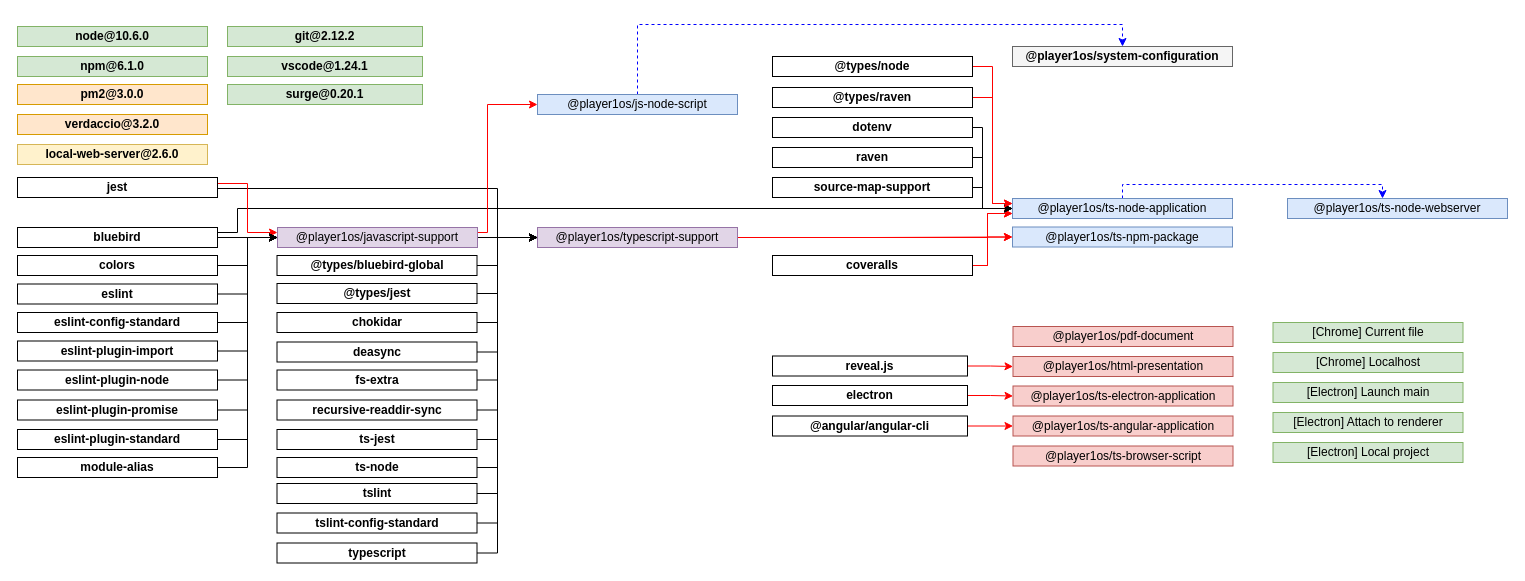
Earlier version of the draw.io diagram script/typescript/dependencies.drawio (Player1os/system-configuration). Source tidied: cells renumbered, new cells numbered last; positions are measured from the earlier drawing's top-left corner, leaving out a move shared by most shapes. Both pictures are drawn from the tidied source at 100%, with x=0, y=0 at pixel (17, 24).
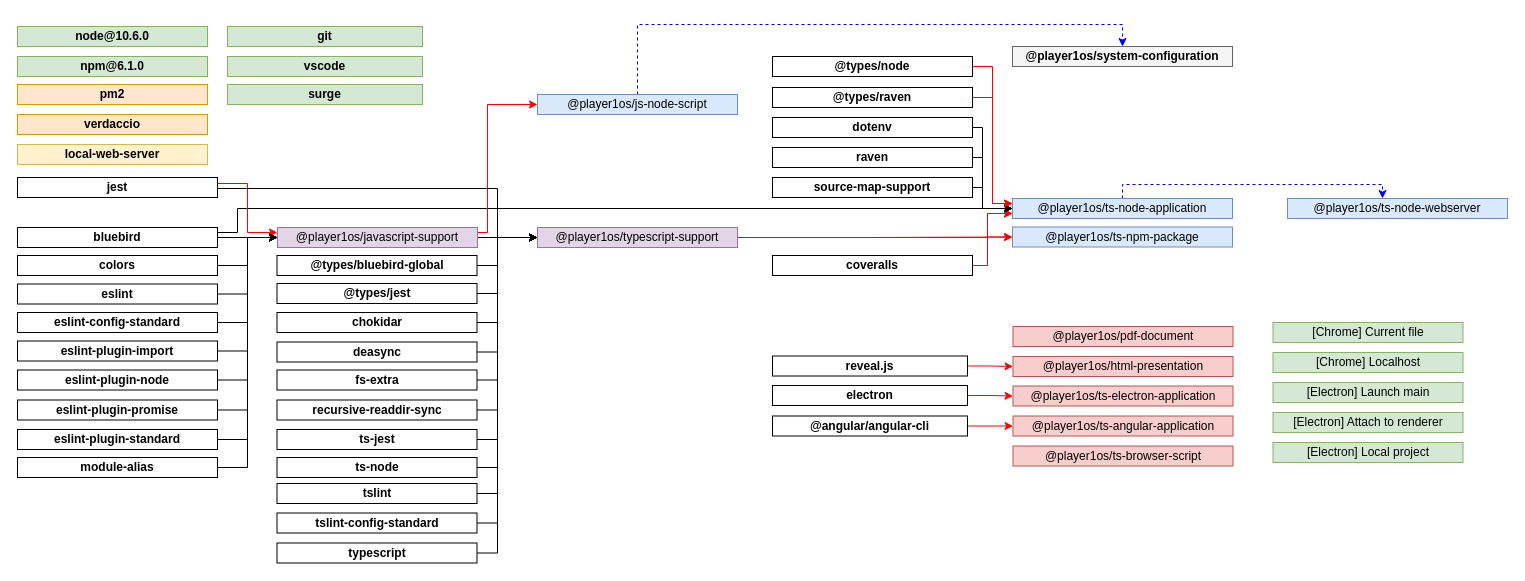
After the change.

Commit message:
Remove versions from dependencies list

The edit, as a diff of the source:
```diff
@@
-    <mxCell id="15" value="pm2@3.0.0&lt;br&gt;" style="rounded=0;whiteSpace=wrap;html=1;fillColor=#ffe6cc;strokeColor=#d79b00;fontStyle=1;" parent="1" vertex="1">
+    <mxCell id="15" value="pm2&lt;br&gt;" style="rounded=0;whiteSpace=wrap;html=1;fillColor=#ffe6cc;strokeColor=#d79b00;fontStyle=1;" parent="1" vertex="1">
       <mxGeometry y="60" width="190" height="20" as="geometry" />
     </mxCell>
-    <mxCell id="16" value="verdaccio@3.2.0&lt;br&gt;" style="rounded=0;whiteSpace=wrap;html=1;fillColor=#ffe6cc;strokeColor=#d79b00;fontStyle=1;" parent="1" vertex="1">
+    <mxCell id="16" value="verdaccio&lt;br&gt;" style="rounded=0;whiteSpace=wrap;html=1;fillColor=#ffe6cc;strokeColor=#d79b00;fontStyle=1;" parent="1" vertex="1">
       <mxGeometry y="90" width="190" height="20" as="geometry" />
     </mxCell>
@@
-    <mxCell id="74" value="&lt;span&gt;local-web-server&lt;/span&gt;@2.6.0&lt;br&gt;" style="rounded=0;whiteSpace=wrap;html=1;fillColor=#fff2cc;strokeColor=#d6b656;fontStyle=1;" parent="1" vertex="1">
+    <mxCell id="74" value="&lt;span&gt;local-web-server&lt;/span&gt;&lt;br&gt;" style="rounded=0;whiteSpace=wrap;html=1;fillColor=#fff2cc;strokeColor=#d6b656;fontStyle=1;" parent="1" vertex="1">
       <mxGeometry y="120" width="190" height="20" as="geometry" />
     </mxCell>
-    <mxCell id="75" value="git@2.12.2&lt;br&gt;" style="rounded=0;whiteSpace=wrap;html=1;fillColor=#d5e8d4;strokeColor=#82b366;fontStyle=1;" parent="1" vertex="1">
+    <mxCell id="75" value="git&lt;br&gt;" style="rounded=0;whiteSpace=wrap;html=1;fillColor=#d5e8d4;strokeColor=#82b366;fontStyle=1;" parent="1" vertex="1">
       <mxGeometry x="210" y="2" width="195" height="20" as="geometry" />
     </mxCell>
-    <mxCell id="76" value="vscode@1.24.1&lt;br&gt;" style="rounded=0;whiteSpace=wrap;html=1;fillColor=#d5e8d4;strokeColor=#82b366;fontStyle=1;" parent="1" vertex="1">
+    <mxCell id="76" value="vscode&lt;br&gt;" style="rounded=0;whiteSpace=wrap;html=1;fillColor=#d5e8d4;strokeColor=#82b366;fontStyle=1;" parent="1" vertex="1">
       <mxGeometry x="210" y="32" width="195" height="20" as="geometry" />
     </mxCell>
@@
-    <mxCell id="99" value="surge@0.20.1&lt;br&gt;" style="rounded=0;whiteSpace=wrap;html=1;fillColor=#d5e8d4;strokeColor=#82b366;fontStyle=1;" parent="1" vertex="1">
+    <mxCell id="99" value="surge&lt;br&gt;" style="rounded=0;whiteSpace=wrap;html=1;fillColor=#d5e8d4;strokeColor=#82b366;fontStyle=1;" parent="1" vertex="1">
       <mxGeometry x="210" y="60" width="195" height="20" as="geometry" />
     </mxCell>
```
